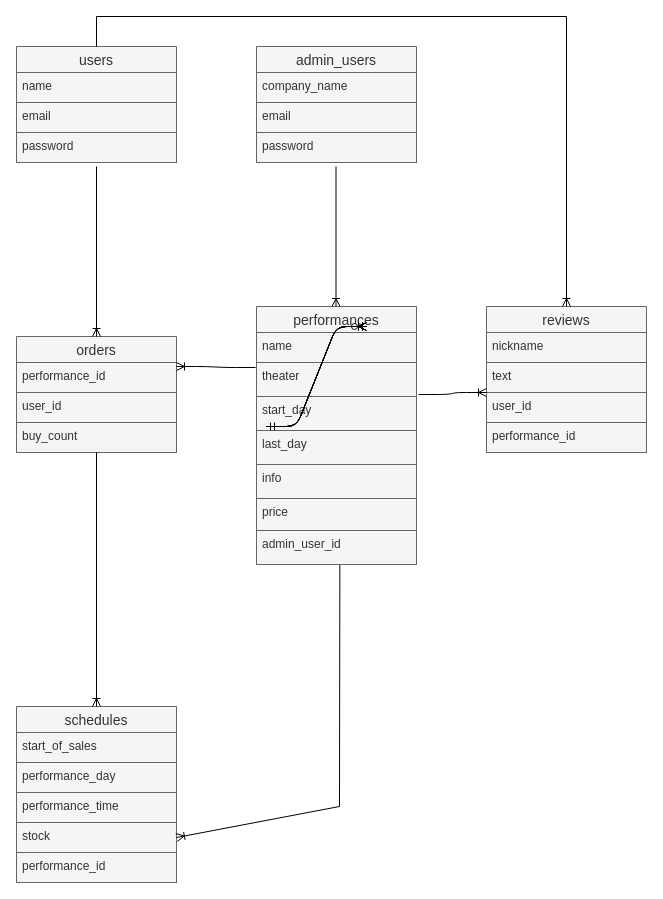
Earlier version of the draw.io diagram ER図.dio (TakuKunimatsu/tickets). Source tidied: cells renumbered, new cells numbered last; positions are measured from the earlier drawing's top-left corner, leaving out a move shared by most shapes. Both pictures are drawn from the tidied source at 100%, with x=0, y=0 at pixel (16, 16).
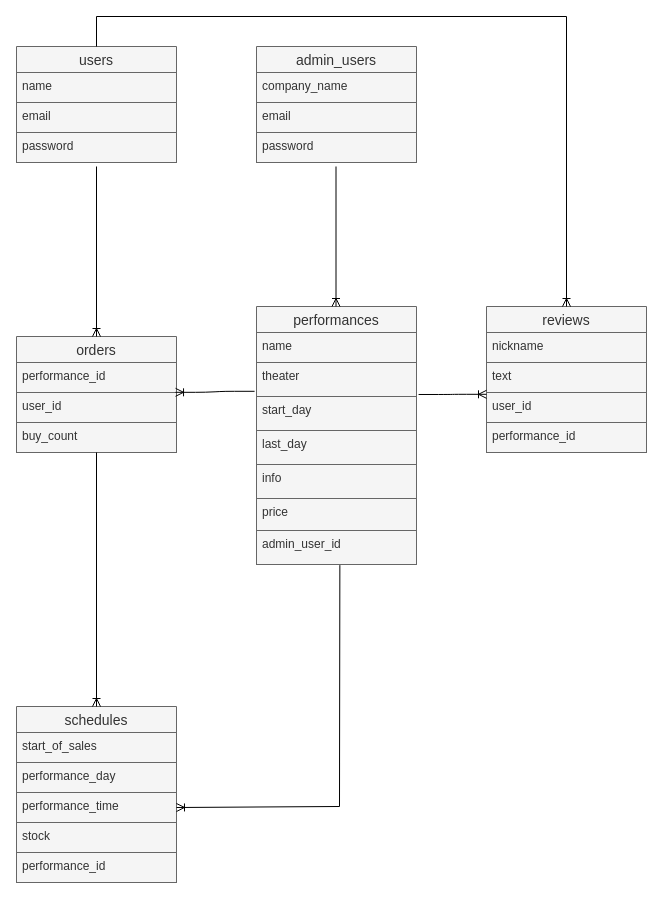
Above is the later version.

Unchanged cells that the change refers to:
```xml
<mxCell id="12" value="theater" style="text;strokeColor=#666666;fillColor=#f5f5f5;spacingLeft=4;spacingRight=4;overflow=hidden;points=[[0,0.5],[1,0.5]];portConstraint=eastwest;fontSize=12;fontColor=#333333;" parent="10" vertex="1">
  <mxGeometry y="56" width="160" height="34" as="geometry" />
</mxCell>
<mxCell id="17" value="admin_user_id" style="text;strokeColor=#666666;fillColor=#f5f5f5;spacingLeft=4;spacingRight=4;overflow=hidden;points=[[0,0.5],[1,0.5]];portConstraint=eastwest;fontSize=12;fontColor=#333333;" parent="10" vertex="1">
  <mxGeometry y="224" width="160" height="34" as="geometry" />
</mxCell>
<mxCell id="20" value="text" style="text;strokeColor=#666666;fillColor=#f5f5f5;spacingLeft=4;spacingRight=4;overflow=hidden;points=[[0,0.5],[1,0.5]];portConstraint=eastwest;fontSize=12;fontColor=#333333;" parent="18" vertex="1">
  <mxGeometry y="56" width="160" height="30" as="geometry" />
</mxCell>
<mxCell id="24" value="performance_id" style="text;strokeColor=#666666;fillColor=#f5f5f5;spacingLeft=4;spacingRight=4;overflow=hidden;points=[[0,0.5],[1,0.5]];portConstraint=eastwest;fontSize=12;fontColor=#333333;" parent="23" vertex="1">
  <mxGeometry y="26" width="160" height="30" as="geometry" />
</mxCell>
<mxCell id="39" value="performance_time" style="text;strokeColor=#666666;fillColor=#f5f5f5;spacingLeft=4;spacingRight=4;overflow=hidden;points=[[0,0.5],[1,0.5]];portConstraint=eastwest;fontSize=12;fontColor=#333333;" parent="36" vertex="1">
  <mxGeometry y="86" width="160" height="30" as="geometry" />
</mxCell>
<mxCell id="40" value="stock" style="text;strokeColor=#666666;fillColor=#f5f5f5;spacingLeft=4;spacingRight=4;overflow=hidden;points=[[0,0.5],[1,0.5]];portConstraint=eastwest;fontSize=12;fontColor=#333333;" parent="36" vertex="1">
  <mxGeometry y="116" width="160" height="30" as="geometry" />
</mxCell>
```

Diff of the diagram source:
```diff
@@
-    <mxCell id="27" style="edgeStyle=entityRelationEdgeStyle;fontSize=12;html=1;endArrow=ERoneToMany;" parent="1" edge="1">
-      <mxGeometry relative="1" as="geometry">
-        <mxPoint x="250" y="410" as="sourcePoint" />
-        <mxPoint x="350" y="310" as="targetPoint" />
-      </mxGeometry>
-    </mxCell>
-    <mxCell id="28" style="edgeStyle=entityRelationEdgeStyle;fontSize=12;html=1;endArrow=ERzeroToMany;endFill=1;" parent="1" edge="1">
-      <mxGeometry relative="1" as="geometry">
-        <mxPoint x="250" y="410" as="sourcePoint" />
-        <mxPoint x="350" y="310" as="targetPoint" />
-      </mxGeometry>
-    </mxCell>
-    <mxCell id="29" style="edgeStyle=entityRelationEdgeStyle;fontSize=12;html=1;endArrow=ERoneToMany;" parent="1" edge="1">
-      <mxGeometry relative="1" as="geometry">
-        <mxPoint x="250" y="410" as="sourcePoint" />
-        <mxPoint x="350" y="310" as="targetPoint" />
-      </mxGeometry>
-    </mxCell>
@@
-    <mxCell id="32" style="edgeStyle=entityRelationEdgeStyle;fontSize=12;html=1;endArrow=ERoneToMany;exitX=1.013;exitY=0.941;exitDx=0;exitDy=0;exitPerimeter=0;" parent="1" edge="1" source="12">
-      <mxGeometry relative="1" as="geometry">
-        <mxPoint x="470" y="376" as="targetPoint" />
-      </mxGeometry>
+    <mxCell id="32" style="edgeStyle=entityRelationEdgeStyle;fontSize=12;html=1;endArrow=ERoneToMany;exitX=1.013;exitY=0.941;exitDx=0;exitDy=0;exitPerimeter=0;entryX=0;entryY=1.06;entryDx=0;entryDy=0;entryPerimeter=0;" parent="1" edge="1" source="12" target="20">
+      <mxGeometry relative="1" as="geometry" />
     </mxCell>
-    <mxCell id="33" style="edgeStyle=entityRelationEdgeStyle;fontSize=12;html=1;endArrow=ERmandOne;" parent="1" edge="1">
-      <mxGeometry relative="1" as="geometry">
-        <mxPoint x="250" y="410" as="sourcePoint" />
-        <mxPoint x="350" y="310" as="targetPoint" />
-      </mxGeometry>
-    </mxCell>
-    <mxCell id="34" style="edgeStyle=entityRelationEdgeStyle;fontSize=12;html=1;endArrow=ERmandOne;startArrow=ERmandOne;" parent="1" edge="1">
-      <mxGeometry relative="1" as="geometry">
-        <mxPoint x="250" y="410" as="sourcePoint" />
-        <mxPoint x="350" y="310" as="targetPoint" />
-      </mxGeometry>
-    </mxCell>
-    <mxCell id="35" style="edgeStyle=entityRelationEdgeStyle;fontSize=12;html=1;endArrow=none;startArrow=ERoneToMany;entryX=-0.006;entryY=0.147;entryDx=0;entryDy=0;entryPerimeter=0;startFill=0;endFill=0;" parent="1" edge="1" target="12">
-      <mxGeometry relative="1" as="geometry">
-        <mxPoint x="160" y="350" as="sourcePoint" />
-      </mxGeometry>
+    <mxCell id="35" style="edgeStyle=entityRelationEdgeStyle;fontSize=12;html=1;endArrow=none;startArrow=ERoneToMany;entryX=-0.012;entryY=0.847;entryDx=0;entryDy=0;entryPerimeter=0;startFill=0;endFill=0;exitX=0.994;exitY=0.994;exitDx=0;exitDy=0;exitPerimeter=0;" parent="1" edge="1" source="24" target="12">
+      <mxGeometry relative="1" as="geometry" />
     </mxCell>
@@
-    <mxCell id="43" style="endArrow=none;html=1;rounded=0;entryX=0.521;entryY=1.018;entryDx=0;entryDy=0;entryPerimeter=0;exitX=1;exitY=0.5;exitDx=0;exitDy=0;startArrow=ERoneToMany;startFill=0;" parent="1" edge="1" source="40" target="17">
+    <mxCell id="43" style="endArrow=none;html=1;rounded=0;entryX=0.521;entryY=1.018;entryDx=0;entryDy=0;entryPerimeter=0;startArrow=ERoneToMany;startFill=0;exitX=1;exitY=0.5;exitDx=0;exitDy=0;" parent="1" edge="1" source="39" target="17">
       <mxGeometry relative="1" as="geometry">
         <Array as="points">
           <mxPoint x="323" y="790" />
         </Array>
       </mxGeometry>
     </mxCell>
```
